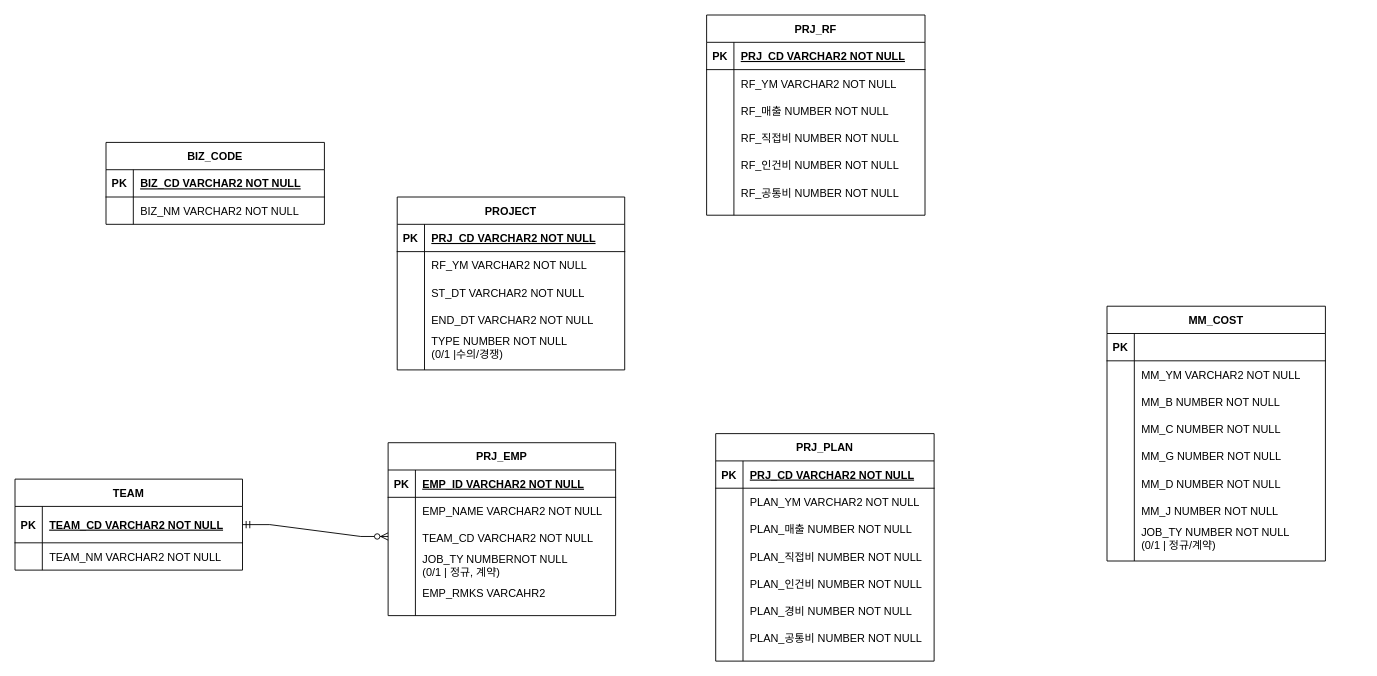
Before: Untitled Diagram.drawio in wonjongah/wonjongah.github.io, a draw.io diagram. Source tidied: cells renumbered, new cells numbered last; positions are measured from the earlier drawing's top-left corner, leaving out a move shared by most shapes. Both pictures are drawn from the tidied source at 91%, with x=0, y=0 at pixel (15, 15).
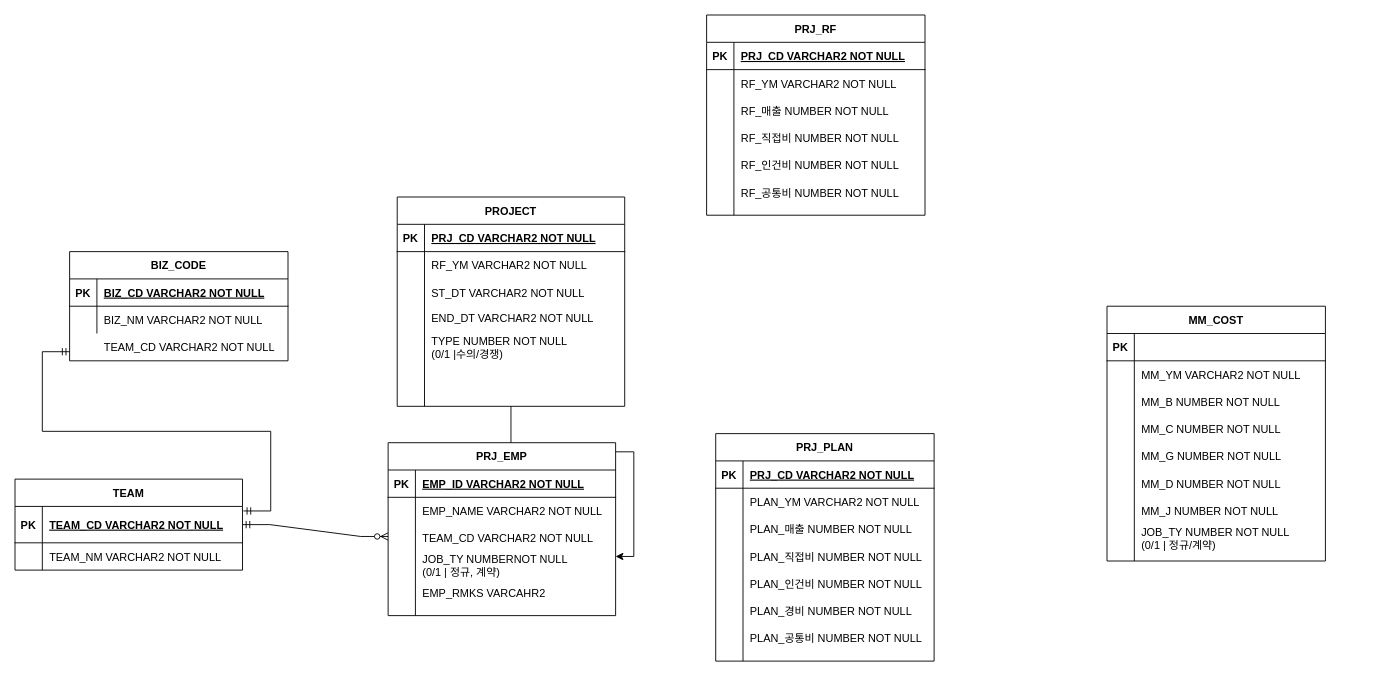
The same diagram, later.

Unchanged cells that the change refers to:
```xml
<mxCell id="35" style="shape=partialRectangle;fillColor=none;points=[[0,0.5],[1,0.5]];portConstraint=eastwest;top=0;left=0;right=0;bottom=1;" parent="34" vertex="1">
  <mxGeometry y="30" width="250" height="40" as="geometry" />
</mxCell>
<mxCell id="77" style="shape=partialRectangle;fillColor=none;points=[[0,0.5],[1,0.5]];portConstraint=eastwest;top=0;left=0;right=0;bottom=0;" parent="73" vertex="1">
  <mxGeometry y="60" width="250" height="130" as="geometry" />
</mxCell>
```

What changed in the source:
```diff
@@
+    <mxCell id="85" style="edgeStyle=orthogonalEdgeStyle;rounded=0;jettySize=auto;html=1;" parent="1" edge="1" source="2" target="77">
+      <mxGeometry relative="1" as="geometry" />
+    </mxCell>
     <mxCell id="2" value="PROJECT" style="shape=table;startSize=30;childLayout=tableLayout;rowLines=0;fontStyle=1;align=center;" parent="1" vertex="1">
-      <mxGeometry x="420" y="200" width="250" height="190" as="geometry" />
+      <mxGeometry x="420" y="200" width="250" height="230" as="geometry" />
     </mxCell>
@@
     <mxCell id="6" style="shape=partialRectangle;fillColor=none;top=0;left=0;right=0;bottom=0;" parent="2" vertex="1">
-      <mxGeometry y="60" width="250" height="130" as="geometry" />
+      <mxGeometry y="60" width="250" height="170" as="geometry" />
     </mxCell>
     <mxCell id="7" style="shape=partialRectangle;overflow=hidden;fillColor=none;top=0;left=0;bottom=0;right=0;" parent="6" vertex="1">
-      <mxGeometry width="30" height="130" as="geometry" />
+      <mxGeometry width="30" height="170" as="geometry" />
     </mxCell>
     <mxCell id="8" style="shape=partialRectangle;overflow=hidden;fillColor=none;top=0;left=0;bottom=0;right=0;align=left;spacingLeft=6;" parent="6" vertex="1">
-      <mxGeometry x="30" width="220" height="130" as="geometry" />
+      <mxGeometry x="30" width="220" height="170" as="geometry" />
     </mxCell>
@@
     <mxCell id="25" value="BIZ_CODE" style="shape=table;startSize=30;childLayout=tableLayout;rowLines=0;fontStyle=1;align=center;" parent="1" vertex="1">
-      <mxGeometry x="100" y="140" width="240" height="90" as="geometry" />
+      <mxGeometry x="60" y="260" width="240" height="120" as="geometry" />
     </mxCell>
@@
     <mxCell id="32" value="BIZ_CD VARCHAR2 NOT NULL" style="shape=partialRectangle;overflow=hidden;fillColor=none;top=0;left=0;bottom=0;right=0;align=left;spacingLeft=6;fontStyle=5;" parent="1" vertex="1">
-      <mxGeometry x="130" y="170" width="220" height="30" as="geometry" />
+      <mxGeometry x="90" y="290" width="220" height="30" as="geometry" />
     </mxCell>
     <mxCell id="33" value="BIZ_NM VARCHAR2 NOT NULL" style="shape=partialRectangle;overflow=hidden;fillColor=none;top=0;left=0;bottom=0;right=0;align=left;spacingLeft=6;" parent="1" vertex="1">
-      <mxGeometry x="130" y="200" width="220" height="30" as="geometry" />
+      <mxGeometry x="90" y="320" width="220" height="30" as="geometry" />
     </mxCell>
@@
     <mxCell id="71" value="END_DT VARCHAR2 NOT NULL" style="shape=partialRectangle;overflow=hidden;fillColor=none;top=0;left=0;bottom=0;right=0;align=left;spacingLeft=6;" parent="1" vertex="1">
-      <mxGeometry x="450" y="320" width="220" height="30" as="geometry" />
+      <mxGeometry x="450" y="318" width="220" height="30" as="geometry" />
     </mxCell>
@@
+    <mxCell id="86" value="TEAM_CD VARCHAR2 NOT NULL" style="shape=partialRectangle;overflow=hidden;fillColor=none;top=0;left=0;bottom=0;right=0;align=left;spacingLeft=6;" parent="1" vertex="1">
+      <mxGeometry x="90" y="350" width="220" height="30" as="geometry" />
+    </mxCell>
+    <mxCell id="87" style="edgeStyle=entityRelationEdgeStyle;fontSize=12;html=1;endArrow=ERmandOne;startArrow=ERmandOne;rounded=0;exitX=1.004;exitY=0.125;exitDx=0;exitDy=0;exitPerimeter=0;" parent="1" edge="1" source="35">
+      <mxGeometry relative="1" as="geometry">
+        <mxPoint x="60" y="370" as="targetPoint" />
+      </mxGeometry>
+    </mxCell>
```
